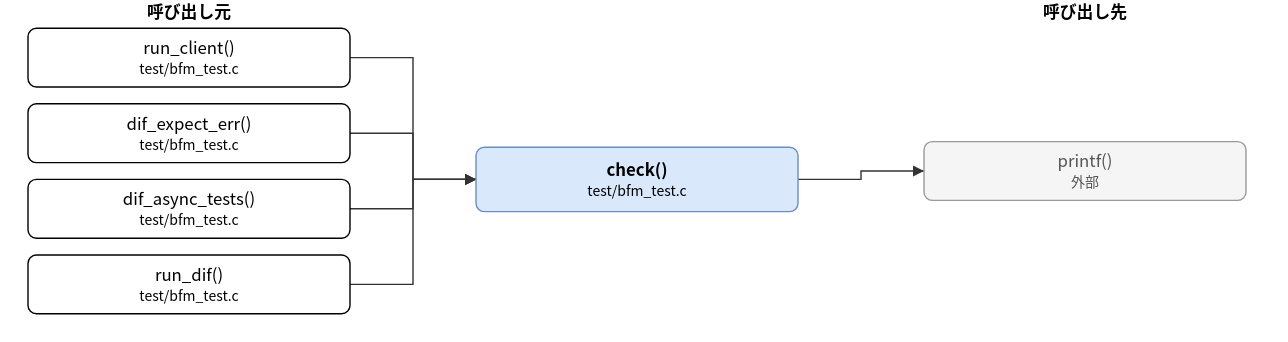
The draw.io diagram doc/spec/images/call_test_bfm_test-check.drawio.svg in hf355051012-ai/bfmem, before a commit. Source tidied: cells renumbered, new cells last; positions are measured from the earlier drawing's top-left corner, leaving out a move shared by most shapes.
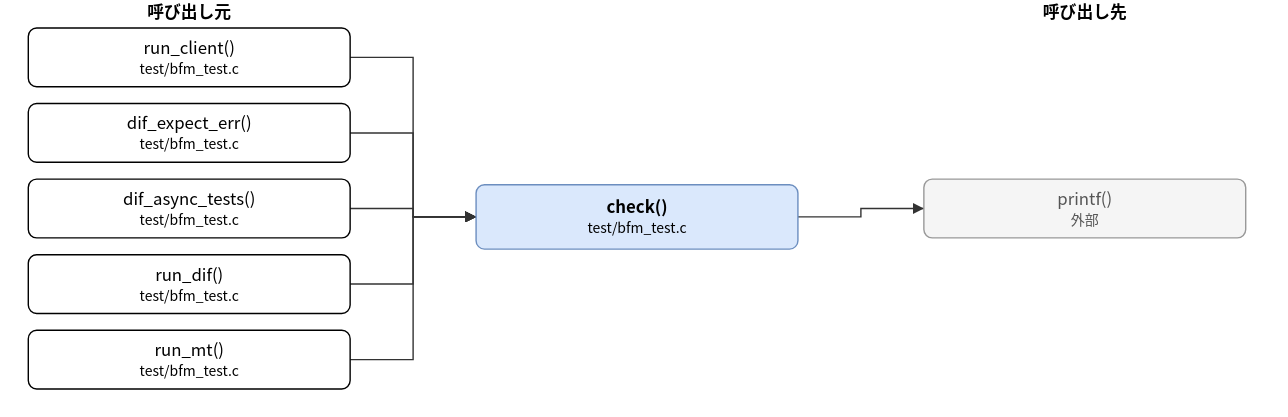
Above is the later version.

What changed in the source:
```diff
@@ -3,7 +3,7 @@
     <mxCell id="0" />
     <mxCell id="1" parent="0" />
     <mxCell id="2" value="check()&lt;br&gt;&lt;font style=&quot;font-size:10px&quot;&gt;test/bfm_test.c&lt;/font&gt;" style="rounded=1;whiteSpace=wrap;html=1;fillColor=#dae8fc;strokeColor=#6c8ebf;fontStyle=1;" parent="1" vertex="1">
-      <mxGeometry x="320" y="105" width="230" height="46" as="geometry" />
+      <mxGeometry x="320" y="132" width="230" height="46" as="geometry" />
     </mxCell>
     <mxCell id="3" value="run_client()&lt;br&gt;&lt;font style=&quot;font-size:10px&quot;&gt;test/bfm_test.c&lt;/font&gt;" style="rounded=1;whiteSpace=wrap;html=1;" parent="1" vertex="1">
       <mxGeometry y="20" width="230" height="42" as="geometry" />
@@ -17,14 +17,17 @@
     <mxCell id="6" value="run_dif()&lt;br&gt;&lt;font style=&quot;font-size:10px&quot;&gt;test/bfm_test.c&lt;/font&gt;" style="rounded=1;whiteSpace=wrap;html=1;" parent="1" vertex="1">
       <mxGeometry y="182" width="230" height="42" as="geometry" />
     </mxCell>
+    <mxCell id="15" value="run_mt()&lt;br&gt;&lt;font style=&quot;font-size:10px&quot;&gt;test/bfm_test.c&lt;/font&gt;" style="rounded=1;whiteSpace=wrap;html=1;" parent="1" vertex="1">
+      <mxGeometry y="236" width="230" height="42" as="geometry" />
+    </mxCell>
     <mxCell id="7" value="printf()&lt;br&gt;&lt;font style=&quot;font-size:10px&quot;&gt;外部&lt;/font&gt;" style="rounded=1;whiteSpace=wrap;html=1;fillColor=#f5f5f5;strokeColor=#999999;fontColor=#555555;" parent="1" vertex="1">
-      <mxGeometry x="640" y="101" width="230" height="42" as="geometry" />
+      <mxGeometry x="640" y="128" width="230" height="42" as="geometry" />
     </mxCell>
     <mxCell id="8" style="edgeStyle=none;html=1;rounded=0;endArrow=block;endFill=1;exitX=1.0000;exitY=0.5000;exitDx=0;exitDy=0;exitPerimeter=0;entryX=0.0000;entryY=0.5000;entryDx=0;entryDy=0;entryPerimeter=0;" parent="1" edge="1" source="3" target="2">
       <mxGeometry relative="1" as="geometry">
         <Array as="points">
           <mxPoint x="275" y="41" />
-          <mxPoint x="275" y="128" />
+          <mxPoint x="275" y="155" />
         </Array>
       </mxGeometry>
     </mxCell>
@@ -32,7 +35,7 @@
       <mxGeometry relative="1" as="geometry">
         <Array as="points">
           <mxPoint x="275" y="95" />
-          <mxPoint x="275" y="128" />
+          <mxPoint x="275" y="155" />
         </Array>
       </mxGeometry>
     </mxCell>
@@ -40,7 +43,7 @@
       <mxGeometry relative="1" as="geometry">
         <Array as="points">
           <mxPoint x="275" y="149" />
-          <mxPoint x="275" y="128" />
+          <mxPoint x="275" y="155" />
         </Array>
       </mxGeometry>
     </mxCell>
@@ -48,18 +51,26 @@
       <mxGeometry relative="1" as="geometry">
         <Array as="points">
           <mxPoint x="275" y="203" />
-          <mxPoint x="275" y="128" />
+          <mxPoint x="275" y="155" />
         </Array>
       </mxGeometry>
     </mxCell>
-    <mxCell id="12" style="edgeStyle=none;html=1;rounded=0;endArrow=block;endFill=1;exitX=1.0000;exitY=0.5000;exitDx=0;exitDy=0;exitPerimeter=0;entryX=0.0000;entryY=0.5000;entryDx=0;entryDy=0;entryPerimeter=0;" parent="1" edge="1" source="2" target="7">
+    <mxCell id="12" style="edgeStyle=none;html=1;rounded=0;endArrow=block;endFill=1;exitX=1.0000;exitY=0.5000;exitDx=0;exitDy=0;exitPerimeter=0;entryX=0.0000;entryY=0.5000;entryDx=0;entryDy=0;entryPerimeter=0;" parent="1" edge="1" source="15" target="2">
       <mxGeometry relative="1" as="geometry">
         <Array as="points">
-          <mxPoint x="595" y="128" />
-          <mxPoint x="595" y="122" />
+          <mxPoint x="275" y="257" />
+          <mxPoint x="275" y="155" />
         </Array>
       </mxGeometry>
     </mxCell>
+    <mxCell id="16" style="edgeStyle=none;html=1;rounded=0;endArrow=block;endFill=1;exitX=1.0000;exitY=0.5000;exitDx=0;exitDy=0;exitPerimeter=0;entryX=0.0000;entryY=0.5000;entryDx=0;entryDy=0;entryPerimeter=0;" parent="1" edge="1" source="2" target="7">
+      <mxGeometry relative="1" as="geometry">
+        <Array as="points">
+          <mxPoint x="595" y="155" />
+          <mxPoint x="595" y="149" />
+        </Array>
+      </mxGeometry>
+    </mxCell>
     <mxCell id="13" value="呼び出し元" style="text;html=1;align=center;fontStyle=1;" parent="1" vertex="1">
       <mxGeometry x="35" width="160" height="18" as="geometry" />
     </mxCell>
```
